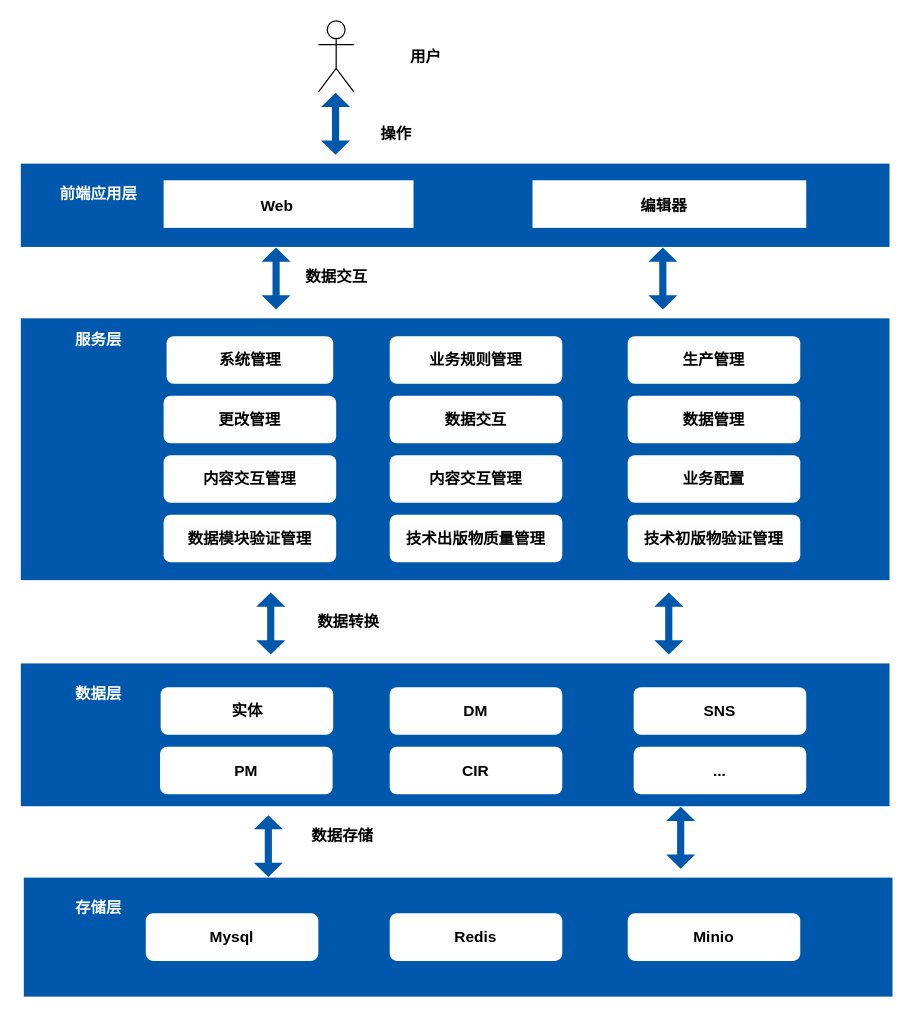
DemonHan/KuickBuy keeps this draw.io diagram as 数据检索与维修数据服/C919型号问题数据检索数据架构系统.drawio. Above is the earlier version. Source tidied: cells renumbered, new cells numbered last; positions are measured from the earlier drawing's top-left corner, leaving out a move shared by most shapes. Both pictures are drawn from the tidied source at 119%, with x=0, y=0 at pixel (20, 20).
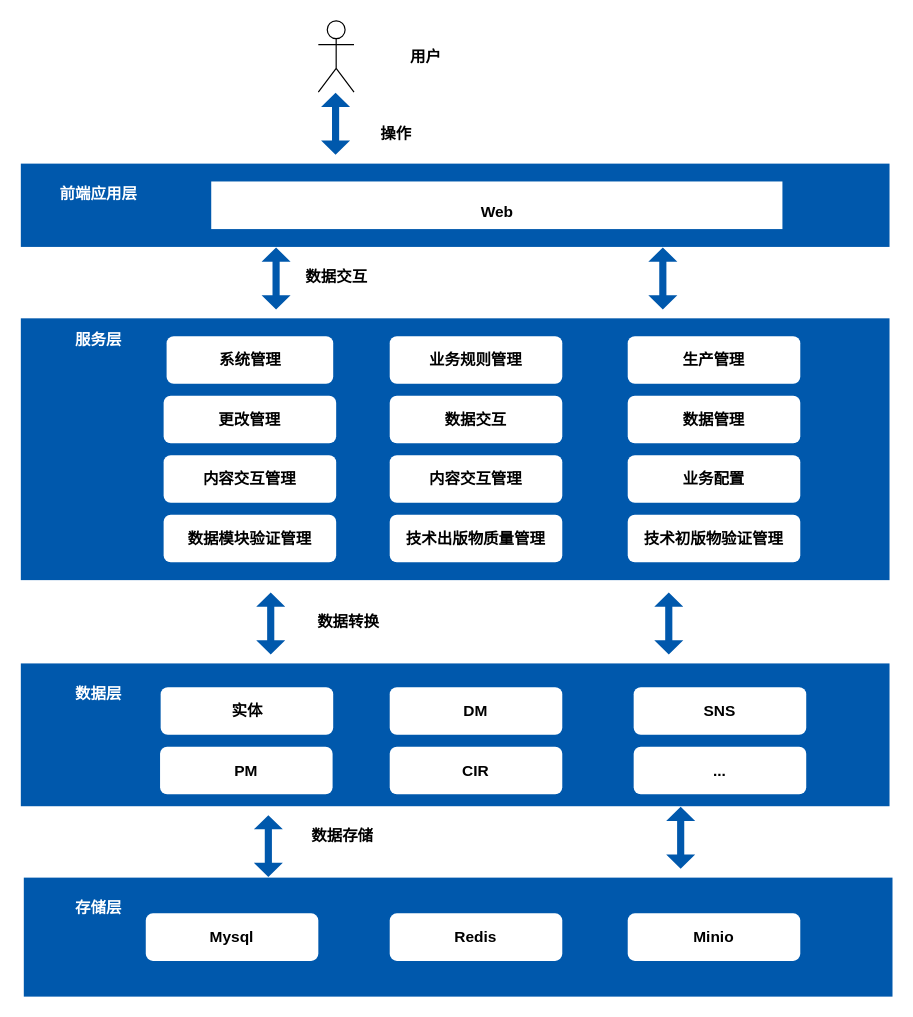
The same diagram, later.

Commit message (it also covers changes not shown here):
更新C919型号问题数据检索数据架构系统.drawio

The edit, as a diff of the source:
```diff
@@
     <mxCell id="6" style="rounded=0;whiteSpace=wrap;html=1;fillColor=#FFFFFF;fontStyle=1;fontSize=13;strokeColor=none;" parent="1" vertex="1">
-      <mxGeometry x="120" y="134" width="210" height="40" as="geometry" />
+      <mxGeometry x="160" y="135" width="480" height="40" as="geometry" />
     </mxCell>
     <mxCell id="7" value="Web" style="text;html=1;align=center;verticalAlign=middle;strokeColor=none;fillColor=none;fontStyle=1;fontSize=13;" parent="1" vertex="1">
-      <mxGeometry x="190" y="140" width="50" height="30" as="geometry" />
+      <mxGeometry x="375" y="145" width="50" height="30" as="geometry" />
     </mxCell>
-    <mxCell id="8" style="rounded=0;whiteSpace=wrap;html=1;fillColor=#FFFFFF;fontStyle=1;fontSize=13;strokeColor=none;" parent="1" vertex="1">
-      <mxGeometry x="430" y="134" width="230" height="40" as="geometry" />
-    </mxCell>
-    <mxCell id="9" value="编辑器" style="text;html=1;align=center;verticalAlign=middle;strokeColor=none;fillColor=none;fontStyle=1;fontSize=13;" parent="1" vertex="1">
-      <mxGeometry x="510" y="140" width="60" height="30" as="geometry" />
-    </mxCell>
```
